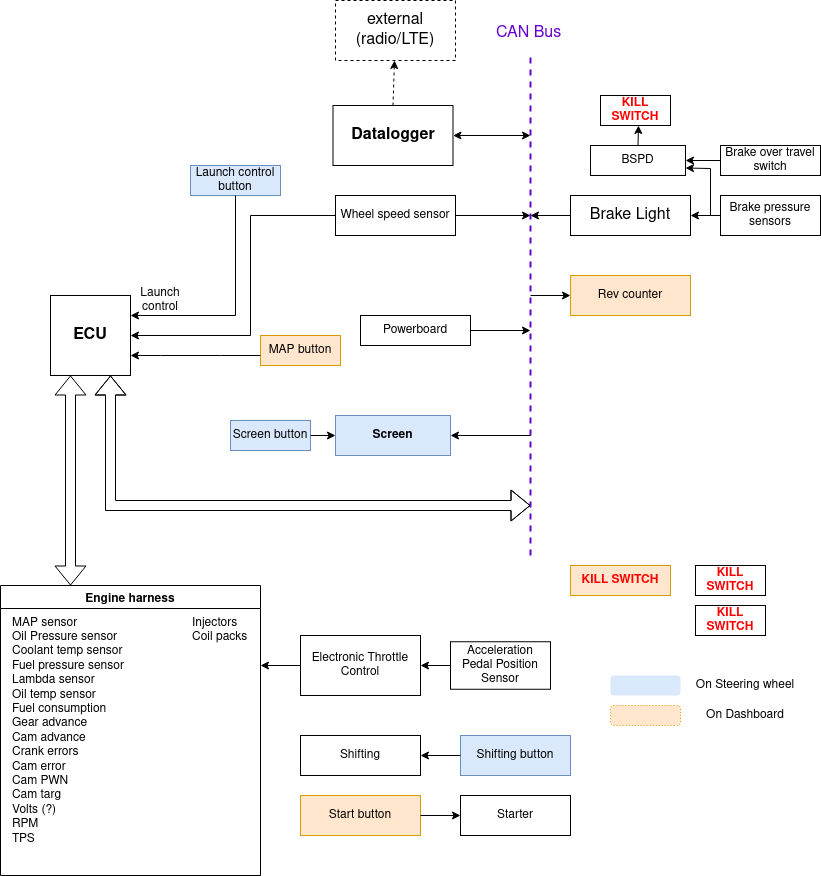
Above: IC22 Electronics.drawio.png in ugracing/documents (draw.io), before the change. Source tidied: cells renumbered, new cells last; positions are measured from the earlier drawing's top-left corner, leaving out a move shared by most shapes.
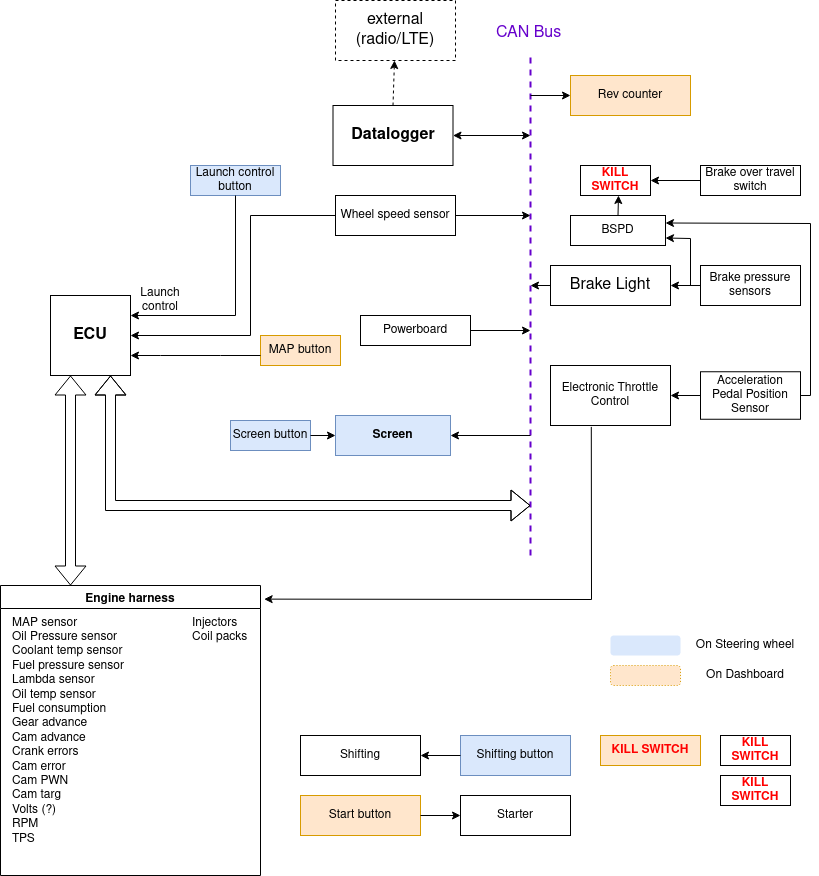
Later version of the same file.

Change to the diagram source:
```diff
@@ -24,11 +24,11 @@
       <mxGeometry x="490" y="15" width="80" height="30" as="geometry" />
     </mxCell>
     <mxCell id="8" value="Brake Light" style="rounded=0;whiteSpace=wrap;html=1;fontSize=16;" parent="1" vertex="1">
-      <mxGeometry x="570" y="195" width="120" height="40" as="geometry" />
+      <mxGeometry x="550" y="265" width="120" height="40" as="geometry" />
     </mxCell>
     <mxCell id="9" style="endArrow=classic;html=1;rounded=0;fontSize=16;exitX=0;exitY=0.5;exitDx=0;exitDy=0;" parent="1" edge="1" source="8">
       <mxGeometry relative="1" as="geometry">
-        <mxPoint x="530" y="215" as="targetPoint" />
+        <mxPoint x="530" y="285" as="targetPoint" />
       </mxGeometry>
     </mxCell>
     <mxCell id="10" style="shape=flexArrow;endArrow=classic;startArrow=classic;html=1;rounded=0;fontSize=16;entryX=0.75;entryY=1;entryDx=0;entryDy=0;" parent="1" edge="1" target="2">
@@ -40,17 +40,17 @@
       </mxGeometry>
     </mxCell>
     <mxCell id="11" value="Brake pressure sensors" style="rounded=0;whiteSpace=wrap;html=1;fontSize=12;" parent="1" vertex="1">
-      <mxGeometry x="720" y="195" width="100" height="40" as="geometry" />
+      <mxGeometry x="700" y="265" width="100" height="40" as="geometry" />
     </mxCell>
     <mxCell id="12" style="endArrow=classic;html=1;rounded=0;fontSize=12;exitX=0;exitY=0.5;exitDx=0;exitDy=0;entryX=1;entryY=0.5;entryDx=0;entryDy=0;" parent="1" edge="1" source="11" target="8">
       <mxGeometry relative="1" as="geometry" />
     </mxCell>
     <mxCell id="13" value="Rev counter" style="rounded=0;whiteSpace=wrap;html=1;fontSize=12;fillColor=#ffe6cc;strokeColor=#d79b00;" parent="1" vertex="1">
-      <mxGeometry x="570" y="275" width="120" height="40" as="geometry" />
+      <mxGeometry x="570" y="75" width="120" height="40" as="geometry" />
     </mxCell>
     <mxCell id="14" style="endArrow=classic;html=1;rounded=0;fontSize=12;entryX=0;entryY=0.5;entryDx=0;entryDy=0;" parent="1" edge="1" target="13">
       <mxGeometry relative="1" as="geometry">
-        <mxPoint x="530" y="295" as="sourcePoint" />
+        <mxPoint x="530" y="95" as="sourcePoint" />
       </mxGeometry>
     </mxCell>
     <mxCell id="15" value="Wheel speed sensor" style="rounded=0;whiteSpace=wrap;html=1;fontSize=12;" parent="1" vertex="1">
@@ -141,16 +141,16 @@
       <mxGeometry x="190" y="30" width="60" height="30" as="geometry" />
     </mxCell>
     <mxCell id="37" style="rounded=1;whiteSpace=wrap;html=1;fontSize=12;align=left;dashed=1;dashPattern=1 2;fillColor=#dae8fc;strokeColor=none;" parent="1" vertex="1">
-      <mxGeometry x="610" y="675" width="70" height="20" as="geometry" />
+      <mxGeometry x="610" y="635" width="70" height="20" as="geometry" />
     </mxCell>
     <mxCell id="38" value="On Steering wheel" style="text;html=1;strokeColor=none;fillColor=none;align=center;verticalAlign=middle;whiteSpace=wrap;rounded=0;dashed=1;dashPattern=1 2;fontSize=12;" parent="1" vertex="1">
-      <mxGeometry x="690" y="675" width="110" height="20" as="geometry" />
+      <mxGeometry x="690" y="635" width="110" height="20" as="geometry" />
     </mxCell>
     <mxCell id="39" style="rounded=1;whiteSpace=wrap;html=1;fontSize=12;align=left;dashed=1;dashPattern=1 2;fillColor=#ffe6cc;strokeColor=#d79b00;" parent="1" vertex="1">
-      <mxGeometry x="610" y="705" width="70" height="20" as="geometry" />
+      <mxGeometry x="610" y="665" width="70" height="20" as="geometry" />
     </mxCell>
     <mxCell id="40" value="&lt;div&gt;On Dashboard&lt;/div&gt;" style="text;html=1;strokeColor=none;fillColor=none;align=center;verticalAlign=middle;whiteSpace=wrap;rounded=0;dashed=1;dashPattern=1 2;fontSize=12;" parent="1" vertex="1">
-      <mxGeometry x="690" y="705" width="110" height="20" as="geometry" />
+      <mxGeometry x="690" y="665" width="110" height="20" as="geometry" />
     </mxCell>
     <mxCell id="41" value="Powerboard" style="rounded=0;whiteSpace=wrap;html=1;fontSize=12;align=center;" parent="1" vertex="1">
       <mxGeometry x="360" y="315" width="110" height="30" as="geometry" />
@@ -166,52 +166,62 @@
       </mxGeometry>
     </mxCell>
     <mxCell id="44" value="Brake over travel switch" style="rounded=0;whiteSpace=wrap;html=1;fontSize=12;align=center;" parent="1" vertex="1">
-      <mxGeometry x="720" y="145" width="100" height="30" as="geometry" />
+      <mxGeometry x="700" y="165" width="100" height="30" as="geometry" />
     </mxCell>
     <mxCell id="45" value="BSPD" style="rounded=0;whiteSpace=wrap;html=1;fontSize=12;align=center;" parent="1" vertex="1">
-      <mxGeometry x="590" y="145" width="95" height="30" as="geometry" />
+      <mxGeometry x="570" y="215" width="95" height="30" as="geometry" />
     </mxCell>
-    <mxCell id="46" style="endArrow=classic;html=1;rounded=0;fontSize=12;exitX=0;exitY=0.5;exitDx=0;exitDy=0;entryX=1;entryY=0.5;entryDx=0;entryDy=0;" parent="1" edge="1" source="44" target="45">
+    <mxCell id="46" style="endArrow=classic;html=1;rounded=0;fontSize=12;exitX=0;exitY=0.5;exitDx=0;exitDy=0;entryX=1;entryY=0.5;entryDx=0;entryDy=0;" parent="1" edge="1" source="44" target="48">
       <mxGeometry relative="1" as="geometry" />
     </mxCell>
     <mxCell id="47" style="endArrow=classic;html=1;rounded=0;fontSize=12;entryX=1;entryY=0.75;entryDx=0;entryDy=0;" parent="1" edge="1" target="45">
       <mxGeometry relative="1" as="geometry">
-        <mxPoint x="710" y="215" as="sourcePoint" />
+        <mxPoint x="690" y="285" as="sourcePoint" />
         <Array as="points">
-          <mxPoint x="710" y="168" />
+          <mxPoint x="690" y="238" />
         </Array>
       </mxGeometry>
     </mxCell>
     <mxCell id="48" value="KILL SWITCH" style="rounded=0;whiteSpace=wrap;html=1;fontSize=12;align=center;fontColor=#FF0000;fontStyle=1;" parent="1" vertex="1">
-      <mxGeometry x="600" y="95" width="70" height="30" as="geometry" />
+      <mxGeometry x="580" y="165" width="70" height="30" as="geometry" />
     </mxCell>
     <mxCell id="49" style="endArrow=classic;html=1;rounded=0;fontSize=12;exitX=0.5;exitY=0;exitDx=0;exitDy=0;" parent="1" edge="1" source="45">
       <mxGeometry relative="1" as="geometry">
-        <mxPoint x="638" y="125" as="targetPoint" />
+        <mxPoint x="618" y="195" as="targetPoint" />
       </mxGeometry>
     </mxCell>
     <mxCell id="50" value="KILL SWITCH" style="rounded=0;whiteSpace=wrap;html=1;fontSize=12;align=center;fontStyle=1;fillColor=#ffe6cc;strokeColor=#d79b00;fontColor=#FF0000;" parent="1" vertex="1">
-      <mxGeometry x="570" y="565" width="100" height="30" as="geometry" />
+      <mxGeometry x="600" y="735" width="100" height="30" as="geometry" />
     </mxCell>
     <mxCell id="51" value="KILL SWITCH" style="rounded=0;whiteSpace=wrap;html=1;fontSize=12;align=center;fontColor=#FF0000;fontStyle=1;" parent="1" vertex="1">
-      <mxGeometry x="695" y="565" width="70" height="30" as="geometry" />
+      <mxGeometry x="720" y="735" width="70" height="30" as="geometry" />
     </mxCell>
     <mxCell id="52" value="KILL SWITCH" style="rounded=0;whiteSpace=wrap;html=1;fontSize=12;align=center;fontColor=#FF0000;fontStyle=1;" parent="1" vertex="1">
-      <mxGeometry x="695" y="605" width="70" height="30" as="geometry" />
+      <mxGeometry x="720" y="775" width="70" height="30" as="geometry" />
     </mxCell>
     <mxCell id="53" value="Acceleration Pedal Position Sensor" style="rounded=0;whiteSpace=wrap;html=1;fontSize=12;align=center;" parent="1" vertex="1">
-      <mxGeometry x="450" y="641.2" width="100" height="47.5" as="geometry" />
+      <mxGeometry x="700" y="371.2" width="100" height="47.5" as="geometry" />
     </mxCell>
     <mxCell id="54" value="Electronic Throttle Control" style="rounded=0;whiteSpace=wrap;html=1;fontSize=12;align=center;" parent="1" vertex="1">
-      <mxGeometry x="300" y="635" width="120" height="60" as="geometry" />
+      <mxGeometry x="550" y="365" width="120" height="60" as="geometry" />
     </mxCell>
     <mxCell id="55" style="endArrow=classic;html=1;rounded=0;fontSize=12;fontColor=#6600CC;strokeColor=#000000;exitX=0;exitY=0.5;exitDx=0;exitDy=0;entryX=1;entryY=0.5;entryDx=0;entryDy=0;" parent="1" edge="1" source="53" target="54">
       <mxGeometry relative="1" as="geometry" />
     </mxCell>
-    <mxCell id="56" style="endArrow=classic;html=1;rounded=0;fontSize=12;fontColor=#6600CC;strokeColor=#000000;exitX=0;exitY=0.5;exitDx=0;exitDy=0;" parent="1" edge="1" source="54">
+    <mxCell id="56" style="endArrow=classic;html=1;rounded=0;fontSize=12;fontColor=#6600CC;strokeColor=#000000;exitX=0.34;exitY=1.023;exitDx=0;exitDy=0;exitPerimeter=0;entryX=1.014;entryY=0.047;entryDx=0;entryDy=0;entryPerimeter=0;" parent="1" edge="1" source="54" target="34">
       <mxGeometry relative="1" as="geometry">
-        <mxPoint x="260" y="665" as="targetPoint" />
+        <Array as="points">
+          <mxPoint x="591" y="599" />
+        </Array>
       </mxGeometry>
     </mxCell>
+    <mxCell id="57" style="endArrow=classic;html=1;rounded=0;fontSize=12;fontColor=#6600CC;strokeColor=#000000;exitX=1;exitY=0.5;exitDx=0;exitDy=0;entryX=1;entryY=0.25;entryDx=0;entryDy=0;" parent="1" edge="1" source="53" target="45">
+      <mxGeometry relative="1" as="geometry">
+        <Array as="points">
+          <mxPoint x="810" y="395" />
+          <mxPoint x="810" y="223" />
+        </Array>
+      </mxGeometry>
+    </mxCell>
   </root>
 </mxGraphModel>
```
